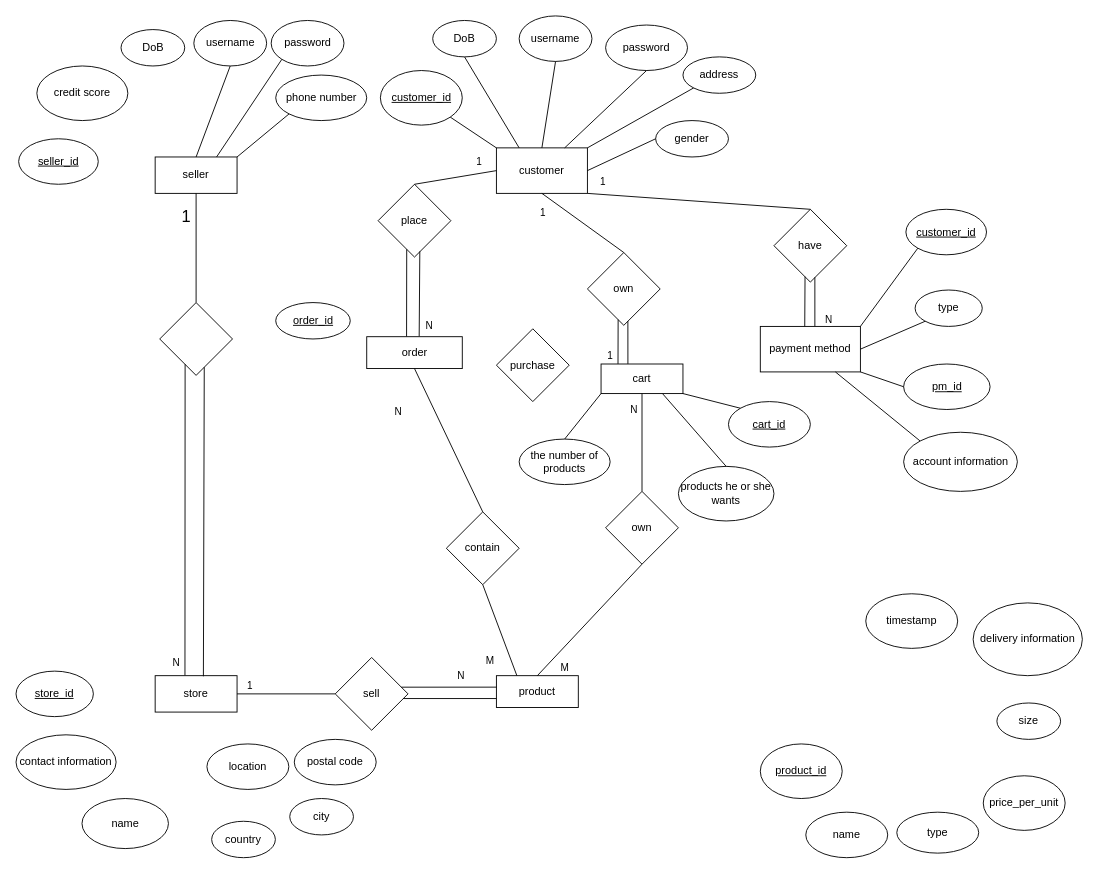
Above: 9311-assignment-1.drawio in zhangnailiang/ER (draw.io), before the change. Source tidied: cells renumbered, new cells numbered last; positions are measured from the earlier drawing's top-left corner, leaving out a move shared by most shapes. Both pictures are drawn from the tidied source at 91%, with x=0, y=0 at pixel (15, 15).
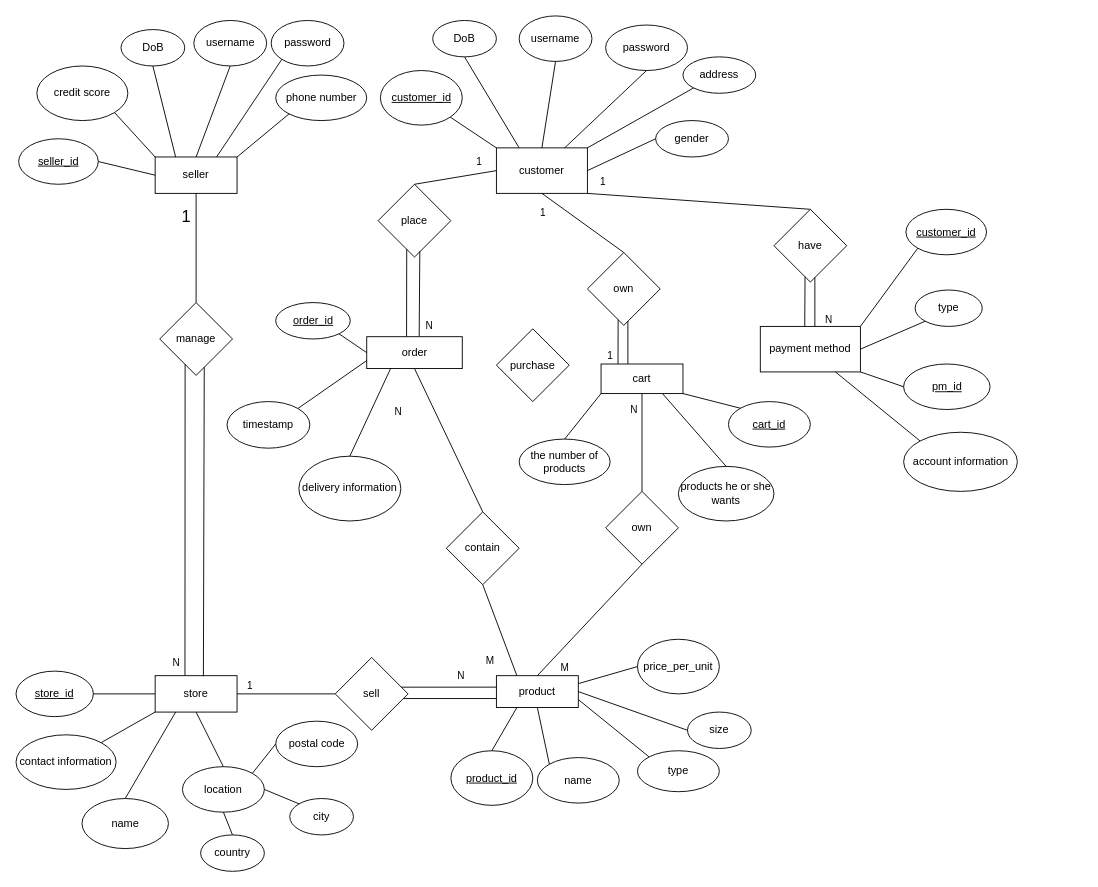
Above is the later version.

The change refers to these unchanged cells:
```xml
<mxCell id="2" value="seller" style="rounded=0;whiteSpace=wrap;html=1;" parent="1" vertex="1">
  <mxGeometry x="153" y="155" width="90" height="40" as="geometry" />
</mxCell>
<mxCell id="5" value="DoB" style="ellipse;whiteSpace=wrap;html=1;" parent="1" vertex="1">
  <mxGeometry x="115.5" y="15" width="70" height="40" as="geometry" />
</mxCell>
<mxCell id="7" value="credit score" style="ellipse;whiteSpace=wrap;html=1;" parent="1" vertex="1">
  <mxGeometry x="23" y="55" width="100" height="60" as="geometry" />
</mxCell>
<mxCell id="8" value="store" style="rounded=0;whiteSpace=wrap;html=1;" parent="1" vertex="1">
  <mxGeometry x="153" y="725" width="90" height="40" as="geometry" />
</mxCell>
<mxCell id="9" value="&lt;u&gt;store_id&lt;/u&gt;" style="ellipse;whiteSpace=wrap;html=1;" parent="1" vertex="1">
  <mxGeometry x="0.1" y="720" width="85" height="50" as="geometry" />
</mxCell>
<mxCell id="10" value="name" style="ellipse;whiteSpace=wrap;html=1;" parent="1" vertex="1">
  <mxGeometry x="72.6" y="860" width="95" height="55" as="geometry" />
</mxCell>
<mxCell id="12" value="contact information" style="ellipse;whiteSpace=wrap;html=1;" parent="1" vertex="1">
  <mxGeometry x="0.1" y="790" width="110" height="60" as="geometry" />
</mxCell>
<mxCell id="13" value="&lt;u&gt;seller_id&lt;/u&gt;" style="ellipse;whiteSpace=wrap;html=1;" parent="1" vertex="1">
  <mxGeometry x="3" y="135" width="87.5" height="50" as="geometry" />
</mxCell>
<mxCell id="15" value="city" style="ellipse;whiteSpace=wrap;html=1;" parent="1" vertex="1">
  <mxGeometry x="300.9" y="860" width="70" height="40" as="geometry" />
</mxCell>
<mxCell id="24" value="product" style="rounded=0;whiteSpace=wrap;html=1;" parent="1" vertex="1">
  <mxGeometry x="528" y="725" width="90" height="35" as="geometry" />
</mxCell>
<mxCell id="30" value="order" style="rounded=0;whiteSpace=wrap;html=1;" parent="1" vertex="1">
  <mxGeometry x="385.5" y="352.5" width="105" height="35" as="geometry" />
</mxCell>
<mxCell id="59" value="&lt;u&gt;order_id&lt;/u&gt;" style="ellipse;whiteSpace=wrap;html=1;" parent="1" vertex="1">
  <mxGeometry x="285.5" y="315" width="81.9" height="40" as="geometry" />
</mxCell>
```

Diff of the diagram source:
```diff
@@
     <mxCell id="11" value="location" style="ellipse;whiteSpace=wrap;html=1;" parent="1" vertex="1">
-      <mxGeometry x="209.9" y="800" width="90" height="50" as="geometry" />
+      <mxGeometry x="183" y="825" width="90" height="50" as="geometry" />
     </mxCell>
@@
     <mxCell id="14" value="country" style="ellipse;whiteSpace=wrap;html=1;" parent="1" vertex="1">
-      <mxGeometry x="215.1" y="885" width="70" height="40" as="geometry" />
+      <mxGeometry x="203" y="900" width="70" height="40" as="geometry" />
     </mxCell>
@@
     <mxCell id="16" value="postal code" style="ellipse;whiteSpace=wrap;html=1;" parent="1" vertex="1">
-      <mxGeometry x="305.9" y="795" width="90" height="50" as="geometry" />
+      <mxGeometry x="285.5" y="775" width="90" height="50" as="geometry" />
     </mxCell>
@@
     <mxCell id="25" value="&lt;u&gt;product_id&lt;/u&gt;" style="ellipse;whiteSpace=wrap;html=1;" parent="1" vertex="1">
-      <mxGeometry x="818" y="800" width="90" height="60" as="geometry" />
+      <mxGeometry x="478" y="807.5" width="90" height="60" as="geometry" />
     </mxCell>
     <mxCell id="26" value="name" style="ellipse;whiteSpace=wrap;html=1;" parent="1" vertex="1">
-      <mxGeometry x="868" y="875" width="90" height="50" as="geometry" />
+      <mxGeometry x="573" y="815" width="90" height="50" as="geometry" />
     </mxCell>
     <mxCell id="27" value="type" style="ellipse;whiteSpace=wrap;html=1;" parent="1" vertex="1">
-      <mxGeometry x="968" y="875" width="90" height="45" as="geometry" />
+      <mxGeometry x="683" y="807.5" width="90" height="45" as="geometry" />
     </mxCell>
     <mxCell id="28" value="size" style="ellipse;whiteSpace=wrap;html=1;" parent="1" vertex="1">
-      <mxGeometry x="1078" y="755" width="70" height="40" as="geometry" />
+      <mxGeometry x="738" y="765" width="70" height="40" as="geometry" />
     </mxCell>
     <mxCell id="29" value="price_per_unit" style="ellipse;whiteSpace=wrap;html=1;" parent="1" vertex="1">
-      <mxGeometry x="1063" y="835" width="90" height="60" as="geometry" />
+      <mxGeometry x="683" y="685" width="90" height="60" as="geometry" />
     </mxCell>
@@
-    <mxCell id="35" style="rhombus;whiteSpace=wrap;html=1;" parent="1" vertex="1">
+    <mxCell id="35" value="manage" style="rhombus;whiteSpace=wrap;html=1;" parent="1" vertex="1">
       <mxGeometry x="158" y="315" width="80" height="80" as="geometry" />
     </mxCell>
@@
     <mxCell id="60" value="timestamp" style="ellipse;whiteSpace=wrap;html=1;" parent="1" vertex="1">
-      <mxGeometry x="933.9" y="635" width="101" height="60" as="geometry" />
+      <mxGeometry x="232" y="423.8" width="91" height="51.2" as="geometry" />
     </mxCell>
     <mxCell id="61" value="delivery information" style="ellipse;whiteSpace=wrap;html=1;" parent="1" vertex="1">
-      <mxGeometry x="1051.9" y="645" width="120" height="80" as="geometry" />
+      <mxGeometry x="310.9" y="483.8" width="112.1" height="71.2" as="geometry" />
     </mxCell>
@@
+    <mxCell id="100" style="endArrow=none;html=1;rounded=0;entryX=0.5;entryY=1;entryDx=0;entryDy=0;exitX=0.25;exitY=0;exitDx=0;exitDy=0;" parent="1" edge="1" source="2" target="5">
+      <mxGeometry relative="1" as="geometry" />
+    </mxCell>
+    <mxCell id="101" style="endArrow=none;html=1;rounded=0;entryX=1;entryY=1;entryDx=0;entryDy=0;exitX=0;exitY=0;exitDx=0;exitDy=0;" parent="1" edge="1" source="2" target="7">
+      <mxGeometry relative="1" as="geometry" />
+    </mxCell>
+    <mxCell id="102" style="endArrow=none;html=1;rounded=0;entryX=0;entryY=0.5;entryDx=0;entryDy=0;exitX=1;exitY=0.5;exitDx=0;exitDy=0;" parent="1" edge="1" source="13" target="2">
+      <mxGeometry relative="1" as="geometry" />
+    </mxCell>
+    <mxCell id="103" style="endArrow=none;html=1;rounded=0;entryX=0;entryY=0.5;entryDx=0;entryDy=0;exitX=1;exitY=0.5;exitDx=0;exitDy=0;" parent="1" edge="1" source="9" target="8">
+      <mxGeometry relative="1" as="geometry" />
+    </mxCell>
+    <mxCell id="104" style="endArrow=none;html=1;rounded=0;entryX=0;entryY=1;entryDx=0;entryDy=0;exitX=1;exitY=0;exitDx=0;exitDy=0;" parent="1" edge="1" source="12" target="8">
+      <mxGeometry relative="1" as="geometry" />
+    </mxCell>
+    <mxCell id="105" style="endArrow=none;html=1;rounded=0;entryX=0.25;entryY=1;entryDx=0;entryDy=0;exitX=0.5;exitY=0;exitDx=0;exitDy=0;" parent="1" edge="1" source="10" target="8">
+      <mxGeometry relative="1" as="geometry" />
+    </mxCell>
+    <mxCell id="106" style="endArrow=none;html=1;rounded=0;entryX=0.5;entryY=1;entryDx=0;entryDy=0;exitX=0.5;exitY=0;exitDx=0;exitDy=0;" parent="1" edge="1" source="11" target="8">
+      <mxGeometry relative="1" as="geometry" />
+    </mxCell>
+    <mxCell id="107" style="endArrow=none;html=1;rounded=0;entryX=0;entryY=0.5;entryDx=0;entryDy=0;exitX=1;exitY=0;exitDx=0;exitDy=0;" parent="1" edge="1" source="11" target="16">
+      <mxGeometry relative="1" as="geometry" />
+    </mxCell>
+    <mxCell id="108" style="endArrow=none;html=1;rounded=0;entryX=0;entryY=0;entryDx=0;entryDy=0;exitX=1;exitY=0.5;exitDx=0;exitDy=0;" parent="1" edge="1" source="11" target="15">
+      <mxGeometry relative="1" as="geometry" />
+    </mxCell>
+    <mxCell id="109" style="endArrow=none;html=1;rounded=0;entryX=0.5;entryY=1;entryDx=0;entryDy=0;exitX=0.5;exitY=0;exitDx=0;exitDy=0;" parent="1" edge="1" source="14" target="11">
+      <mxGeometry relative="1" as="geometry" />
+    </mxCell>
+    <mxCell id="110" style="endArrow=none;html=1;rounded=0;entryX=0.25;entryY=1;entryDx=0;entryDy=0;exitX=0.5;exitY=0;exitDx=0;exitDy=0;" parent="1" edge="1" source="25" target="24">
+      <mxGeometry relative="1" as="geometry" />
+    </mxCell>
+    <mxCell id="111" style="endArrow=none;html=1;rounded=0;entryX=0.5;entryY=1;entryDx=0;entryDy=0;exitX=0;exitY=0;exitDx=0;exitDy=0;" parent="1" edge="1" source="26" target="24">
+      <mxGeometry relative="1" as="geometry" />
+    </mxCell>
+    <mxCell id="112" style="endArrow=none;html=1;rounded=0;entryX=0;entryY=0;entryDx=0;entryDy=0;exitX=1;exitY=0.75;exitDx=0;exitDy=0;" parent="1" edge="1" source="24" target="27">
+      <mxGeometry relative="1" as="geometry" />
+    </mxCell>
+    <mxCell id="113" style="endArrow=none;html=1;rounded=0;entryX=0;entryY=0.5;entryDx=0;entryDy=0;exitX=1;exitY=0.5;exitDx=0;exitDy=0;" parent="1" edge="1" source="24" target="28">
+      <mxGeometry relative="1" as="geometry" />
+    </mxCell>
+    <mxCell id="114" style="endArrow=none;html=1;rounded=0;entryX=0;entryY=0.5;entryDx=0;entryDy=0;exitX=1;exitY=0.25;exitDx=0;exitDy=0;" parent="1" edge="1" source="24" target="29">
+      <mxGeometry relative="1" as="geometry" />
+    </mxCell>
+    <mxCell id="115" style="endArrow=none;html=1;rounded=0;entryX=0;entryY=0.5;entryDx=0;entryDy=0;exitX=1;exitY=1;exitDx=0;exitDy=0;" parent="1" edge="1" source="59" target="30">
+      <mxGeometry relative="1" as="geometry" />
+    </mxCell>
+    <mxCell id="116" style="endArrow=none;html=1;rounded=0;entryX=0;entryY=0.75;entryDx=0;entryDy=0;exitX=1;exitY=0;exitDx=0;exitDy=0;" parent="1" edge="1" source="60" target="30">
+      <mxGeometry relative="1" as="geometry" />
+    </mxCell>
+    <mxCell id="117" style="endArrow=none;html=1;rounded=0;entryX=0.25;entryY=1;entryDx=0;entryDy=0;exitX=0.5;exitY=0;exitDx=0;exitDy=0;" parent="1" edge="1" source="61" target="30">
+      <mxGeometry relative="1" as="geometry" />
+    </mxCell>
```
